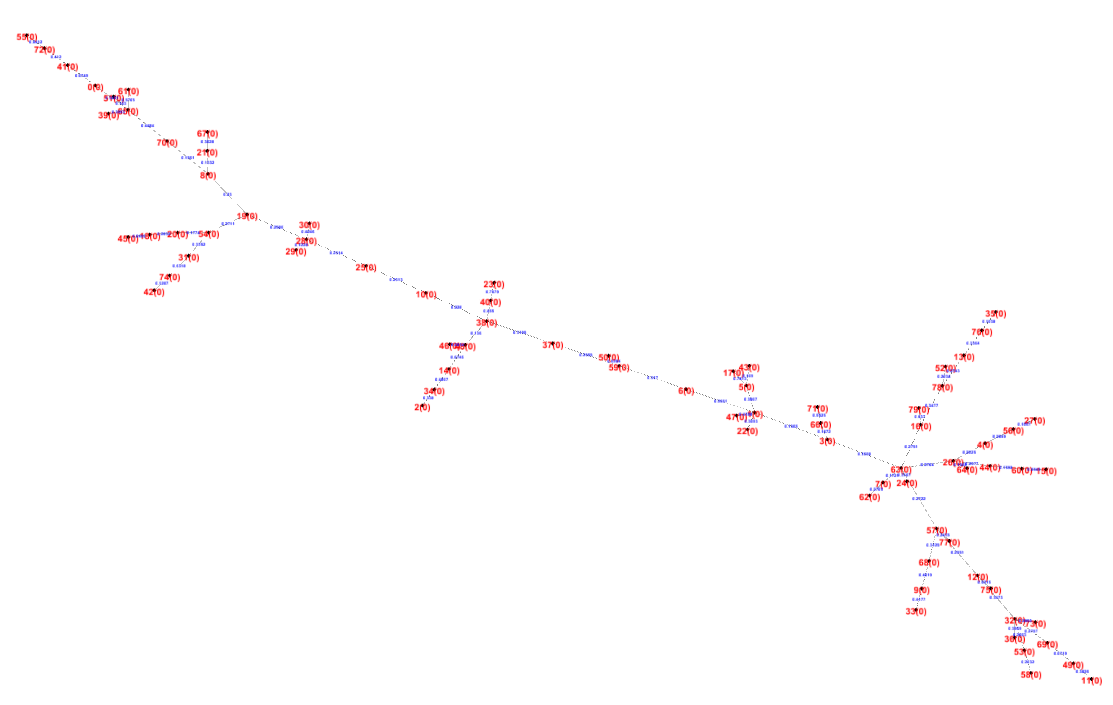
Above: proyecto_4/Capturas/01Erdos,80,190_Kruskal_directo.png in UR00ing/DAA_proyecto (Graphviz), before the change. Its source is kept beside it as proyecto_4/Kruskal/01Erdos,80,190_Kruskal_directo.gv. The source it was exported from:
```dot
graph G {
"45(0)" -- "18(0)" [label="0.0466"];
"49(0)" -- "69(0)" [label="0.0719"];
"14(0)" -- "48(0)" [label="0.0746"];
"41(0)" -- "0(0)" [label="0.0749"];
"48(0)" -- "46(0)" [label="0.0834"];
"35(0)" -- "76(0)" [label="0.1038"];
"56(0)" -- "27(0)" [label="0.1067"];
"5(0)" -- "43(0)" [label="0.109"];
"3(0)" -- "63(0)" [label="0.1098"];
"74(0)" -- "42(0)" [label="0.1207"];
"28(0)" -- "29(0)" [label="0.1228"];
"3(0)" -- "1(0)" [label="0.1305"];
"8(0)" -- "21(0)" [label="0.1332"];
"38(0)" -- "48(0)" [label="0.136"];
"70(0)" -- "8(0)" [label="0.1561"];
"60(0)" -- "44(0)" [label="0.1598"];
"51(0)" -- "65(0)" [label="0.163"];
"66(0)" -- "3(0)" [label="0.1672"];
"7(0)" -- "63(0)" [label="0.1721"];
"20(0)" -- "54(0)" [label="0.1774"];
"64(0)" -- "26(0)" [label="0.1968"];
"32(0)" -- "53(0)" [label="0.2003"];
"26(0)" -- "4(0)" [label="0.2025"];
"53(0)" -- "58(0)" [label="0.2032"];
"52(0)" -- "78(0)" [label="0.2034"];
"38(0)" -- "10(0)" [label="0.228"];
"8(0)" -- "19(0)" [label="0.23"];
"25(0)" -- "10(0)" [label="0.2313"];
"28(0)" -- "25(0)" [label="0.2314"];
"57(0)" -- "77(0)" [label="0.2435"];
"19(0)" -- "28(0)" [label="0.2586"];
"1(0)" -- "6(0)" [label="0.2661"];
"63(0)" -- "26(0)" [label="0.2704"];
"7(0)" -- "62(0)" [label="0.2705"];
"54(0)" -- "19(0)" [label="0.2711"];
"63(0)" -- "57(0)" [label="0.2722"];
"78(0)" -- "13(0)" [label="0.2743"];
"16(0)" -- "63(0)" [label="0.2751"];
"69(0)" -- "32(0)" [label="0.2797"];
"18(0)" -- "20(0)" [label="0.2832"];
"56(0)" -- "4(0)" [label="0.2849"];
"73(0)" -- "32(0)" [label="0.2859"];
"12(0)" -- "57(0)" [label="0.2951"];
"59(0)" -- "37(0)" [label="0.2955"];
"26(0)" -- "44(0)" [label="0.2977"];
"0(0)" -- "65(0)" [label="0.3001"];
"67(0)" -- "21(0)" [label="0.3028"];
"1(0)" -- "22(0)" [label="0.3093"];
"24(0)" -- "63(0)" [label="0.3107"];
"68(0)" -- "57(0)" [label="0.3125"];
"59(0)" -- "6(0)" [label="0.317"];
"38(0)" -- "37(0)" [label="0.3195"];
"54(0)" -- "31(0)" [label="0.3352"];
"13(0)" -- "76(0)" [label="0.3364"];
"34(0)" -- "2(0)" [label="0.338"];
"12(0)" -- "32(0)" [label="0.3473"];
"78(0)" -- "16(0)" [label="0.3477"];
"5(0)" -- "1(0)" [label="0.3807"];
"49(0)" -- "11(0)" [label="0.3826"];
"36(0)" -- "32(0)" [label="0.3909"];
"39(0)" -- "65(0)" [label="0.3963"];
"68(0)" -- "9(0)" [label="0.4019"];
"72(0)" -- "41(0)" [label="0.412"];
"9(0)" -- "33(0)" [label="0.4177"];
"1(0)" -- "47(0)" [label="0.4188"];
"28(0)" -- "30(0)" [label="0.4246"];
"65(0)" -- "70(0)" [label="0.4484"];
"38(0)" -- "40(0)" [label="0.455"];
"14(0)" -- "34(0)" [label="0.4807"];
"61(0)" -- "65(0)" [label="0.5705"];
"75(0)" -- "12(0)" [label="0.6215"];
"50(0)" -- "59(0)" [label="0.6284"];
"31(0)" -- "74(0)" [label="0.6318"];
"16(0)" -- "79(0)" [label="0.637"];
"60(0)" -- "15(0)" [label="0.6549"];
"5(0)" -- "17(0)" [label="0.7413"];
"23(0)" -- "40(0)" [label="0.7579"];
"55(0)" -- "72(0)" [label="0.8412"];
"71(0)" -- "66(0)" [label="0.9525"];
}
```
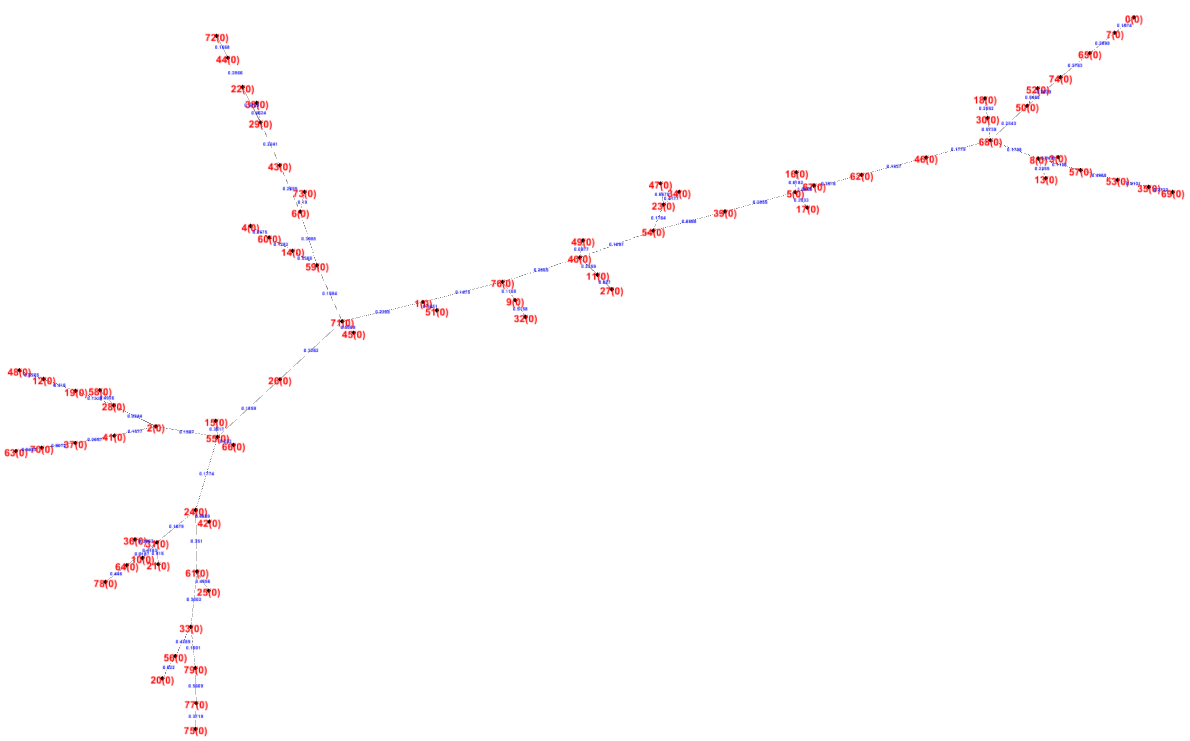
After the change.

The edit, as a diff of the source:
```diff
@@ -1,81 +1,81 @@
 graph G {
-"45(0)" -- "18(0)" [label="0.0466"];
-"49(0)" -- "69(0)" [label="0.0719"];
-"14(0)" -- "48(0)" [label="0.0746"];
-"41(0)" -- "0(0)" [label="0.0749"];
-"48(0)" -- "46(0)" [label="0.0834"];
-"35(0)" -- "76(0)" [label="0.1038"];
-"56(0)" -- "27(0)" [label="0.1067"];
-"5(0)" -- "43(0)" [label="0.109"];
-"3(0)" -- "63(0)" [label="0.1098"];
-"74(0)" -- "42(0)" [label="0.1207"];
-"28(0)" -- "29(0)" [label="0.1228"];
-"3(0)" -- "1(0)" [label="0.1305"];
-"8(0)" -- "21(0)" [label="0.1332"];
-"38(0)" -- "48(0)" [label="0.136"];
-"70(0)" -- "8(0)" [label="0.1561"];
-"60(0)" -- "44(0)" [label="0.1598"];
-"51(0)" -- "65(0)" [label="0.163"];
-"66(0)" -- "3(0)" [label="0.1672"];
-"7(0)" -- "63(0)" [label="0.1721"];
-"20(0)" -- "54(0)" [label="0.1774"];
-"64(0)" -- "26(0)" [label="0.1968"];
-"32(0)" -- "53(0)" [label="0.2003"];
-"26(0)" -- "4(0)" [label="0.2025"];
-"53(0)" -- "58(0)" [label="0.2032"];
-"52(0)" -- "78(0)" [label="0.2034"];
-"38(0)" -- "10(0)" [label="0.228"];
-"8(0)" -- "19(0)" [label="0.23"];
-"25(0)" -- "10(0)" [label="0.2313"];
-"28(0)" -- "25(0)" [label="0.2314"];
-"57(0)" -- "77(0)" [label="0.2435"];
-"19(0)" -- "28(0)" [label="0.2586"];
-"1(0)" -- "6(0)" [label="0.2661"];
-"63(0)" -- "26(0)" [label="0.2704"];
-"7(0)" -- "62(0)" [label="0.2705"];
-"54(0)" -- "19(0)" [label="0.2711"];
-"63(0)" -- "57(0)" [label="0.2722"];
-"78(0)" -- "13(0)" [label="0.2743"];
-"16(0)" -- "63(0)" [label="0.2751"];
-"69(0)" -- "32(0)" [label="0.2797"];
-"18(0)" -- "20(0)" [label="0.2832"];
-"56(0)" -- "4(0)" [label="0.2849"];
-"73(0)" -- "32(0)" [label="0.2859"];
-"12(0)" -- "57(0)" [label="0.2951"];
-"59(0)" -- "37(0)" [label="0.2955"];
-"26(0)" -- "44(0)" [label="0.2977"];
-"0(0)" -- "65(0)" [label="0.3001"];
-"67(0)" -- "21(0)" [label="0.3028"];
-"1(0)" -- "22(0)" [label="0.3093"];
-"24(0)" -- "63(0)" [label="0.3107"];
-"68(0)" -- "57(0)" [label="0.3125"];
-"59(0)" -- "6(0)" [label="0.317"];
-"38(0)" -- "37(0)" [label="0.3195"];
-"54(0)" -- "31(0)" [label="0.3352"];
-"13(0)" -- "76(0)" [label="0.3364"];
-"34(0)" -- "2(0)" [label="0.338"];
-"12(0)" -- "32(0)" [label="0.3473"];
-"78(0)" -- "16(0)" [label="0.3477"];
-"5(0)" -- "1(0)" [label="0.3807"];
-"49(0)" -- "11(0)" [label="0.3826"];
-"36(0)" -- "32(0)" [label="0.3909"];
-"39(0)" -- "65(0)" [label="0.3963"];
-"68(0)" -- "9(0)" [label="0.4019"];
-"72(0)" -- "41(0)" [label="0.412"];
-"9(0)" -- "33(0)" [label="0.4177"];
-"1(0)" -- "47(0)" [label="0.4188"];
-"28(0)" -- "30(0)" [label="0.4246"];
-"65(0)" -- "70(0)" [label="0.4484"];
-"38(0)" -- "40(0)" [label="0.455"];
-"14(0)" -- "34(0)" [label="0.4807"];
-"61(0)" -- "65(0)" [label="0.5705"];
-"75(0)" -- "12(0)" [label="0.6215"];
-"50(0)" -- "59(0)" [label="0.6284"];
-"31(0)" -- "74(0)" [label="0.6318"];
-"16(0)" -- "79(0)" [label="0.637"];
-"60(0)" -- "15(0)" [label="0.6549"];
-"5(0)" -- "17(0)" [label="0.7413"];
-"23(0)" -- "40(0)" [label="0.7579"];
-"55(0)" -- "72(0)" [label="0.8412"];
-"71(0)" -- "66(0)" [label="0.9525"];
+"64(0)" -- "31(0)" [label="0.0187"];
+"3(0)" -- "8(0)" [label="0.0431"];
+"28(0)" -- "2(0)" [label="0.0544"];
+"54(0)" -- "39(0)" [label="0.0668"];
+"49(0)" -- "40(0)" [label="0.0977"];
+"33(0)" -- "79(0)" [label="0.1001"];
+"40(0)" -- "54(0)" [label="0.1097"];
+"76(0)" -- "9(0)" [label="0.1108"];
+"57(0)" -- "8(0)" [label="0.1156"];
+"14(0)" -- "60(0)" [label="0.1282"];
+"28(0)" -- "19(0)" [label="0.1319"];
+"1(0)" -- "76(0)" [label="0.1475"];
+"7(0)" -- "0(0)" [label="0.1574"];
+"41(0)" -- "2(0)" [label="0.1577"];
+"59(0)" -- "71(0)" [label="0.1584"];
+"72(0)" -- "44(0)" [label="0.1668"];
+"24(0)" -- "31(0)" [label="0.1679"];
+"54(0)" -- "23(0)" [label="0.1764"];
+"24(0)" -- "55(0)" [label="0.1774"];
+"68(0)" -- "46(0)" [label="0.1779"];
+"8(0)" -- "68(0)" [label="0.1798"];
+"26(0)" -- "55(0)" [label="0.1859"];
+"6(0)" -- "73(0)" [label="0.19"];
+"46(0)" -- "62(0)" [label="0.1937"];
+"2(0)" -- "55(0)" [label="0.1987"];
+"50(0)" -- "74(0)" [label="0.2029"];
+"43(0)" -- "29(0)" [label="0.2241"];
+"71(0)" -- "1(0)" [label="0.2288"];
+"66(0)" -- "55(0)" [label="0.233"];
+"50(0)" -- "68(0)" [label="0.2343"];
+"8(0)" -- "13(0)" [label="0.2355"];
+"40(0)" -- "11(0)" [label="0.2359"];
+"30(0)" -- "18(0)" [label="0.2552"];
+"37(0)" -- "41(0)" [label="0.2657"];
+"6(0)" -- "43(0)" [label="0.2695"];
+"69(0)" -- "35(0)" [label="0.2733"];
+"74(0)" -- "65(0)" [label="0.2763"];
+"5(0)" -- "39(0)" [label="0.2855"];
+"44(0)" -- "22(0)" [label="0.2866"];
+"7(0)" -- "65(0)" [label="0.2899"];
+"61(0)" -- "33(0)" [label="0.3002"];
+"71(0)" -- "26(0)" [label="0.3262"];
+"5(0)" -- "17(0)" [label="0.3333"];
+"14(0)" -- "59(0)" [label="0.3368"];
+"51(0)" -- "1(0)" [label="0.3451"];
+"61(0)" -- "24(0)" [label="0.351"];
+"60(0)" -- "4(0)" [label="0.3575"];
+"15(0)" -- "55(0)" [label="0.3617"];
+"77(0)" -- "75(0)" [label="0.3719"];
+"22(0)" -- "29(0)" [label="0.3729"];
+"40(0)" -- "76(0)" [label="0.3865"];
+"36(0)" -- "31(0)" [label="0.3907"];
+"5(0)" -- "62(0)" [label="0.3916"];
+"59(0)" -- "6(0)" [label="0.3988"];
+"35(0)" -- "53(0)" [label="0.4131"];
+"19(0)" -- "12(0)" [label="0.416"];
+"34(0)" -- "23(0)" [label="0.4177"];
+"10(0)" -- "31(0)" [label="0.4183"];
+"33(0)" -- "56(0)" [label="0.4289"];
+"78(0)" -- "64(0)" [label="0.446"];
+"25(0)" -- "61(0)" [label="0.4556"];
+"38(0)" -- "29(0)" [label="0.4624"];
+"42(0)" -- "24(0)" [label="0.4859"];
+"58(0)" -- "28(0)" [label="0.4926"];
+"57(0)" -- "53(0)" [label="0.4988"];
+"45(0)" -- "71(0)" [label="0.5009"];
+"9(0)" -- "32(0)" [label="0.5158"];
+"70(0)" -- "63(0)" [label="0.5433"];
+"52(0)" -- "50(0)" [label="0.5462"];
+"77(0)" -- "79(0)" [label="0.5609"];
+"30(0)" -- "68(0)" [label="0.5739"];
+"37(0)" -- "70(0)" [label="0.6072"];
+"16(0)" -- "5(0)" [label="0.6182"];
+"56(0)" -- "20(0)" [label="0.622"];
+"27(0)" -- "11(0)" [label="0.627"];
+"12(0)" -- "48(0)" [label="0.6385"];
+"47(0)" -- "23(0)" [label="0.6675"];
+"31(0)" -- "21(0)" [label="0.915"];
+"67(0)" -- "5(0)" [label="1.0065"];
 }
```
